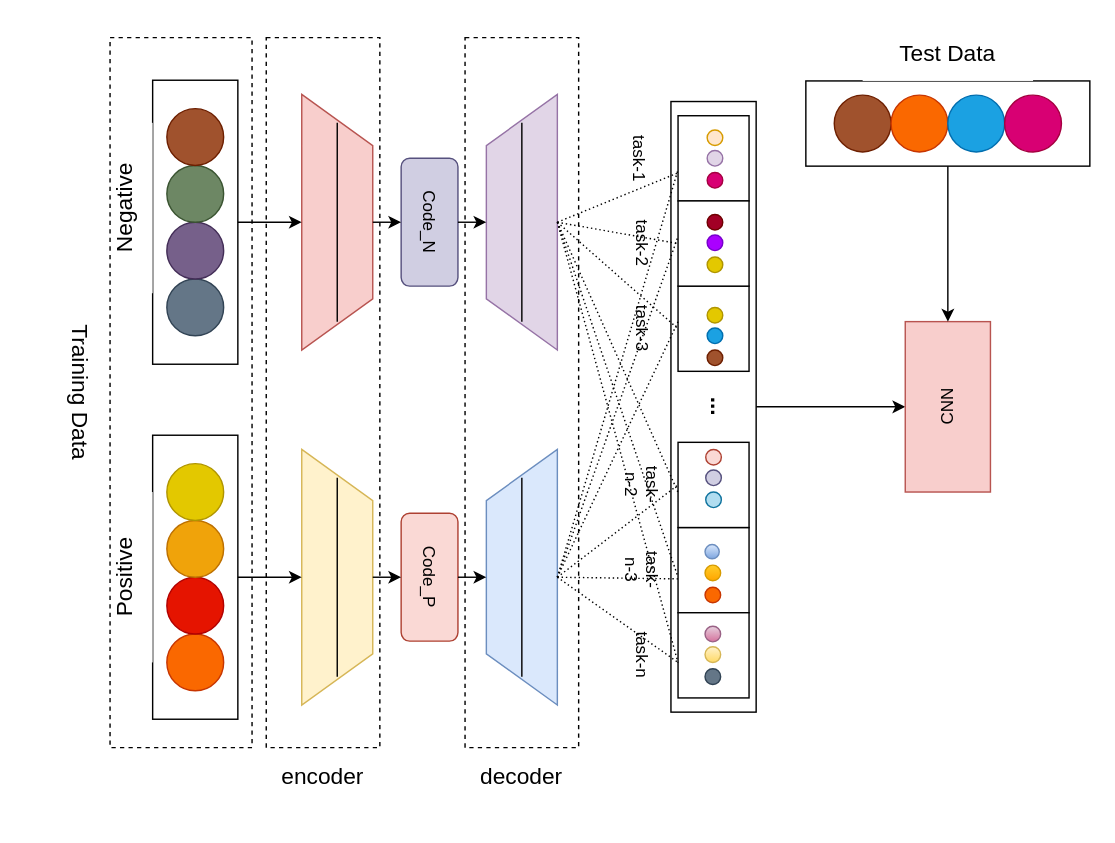
Above: page "Page-1" (1 of 3) of Seizure/Table$Image/VMAML-Framework.drawio in chenjin/Paper (draw.io), before the change. Source tidied: cells renumbered, new cells numbered last; positions are measured from the earlier drawing's top-left corner, leaving out a move shared by most shapes. Both pictures are drawn from the tidied source at 142%, with x=0, y=0 at pixel (-4, 23).
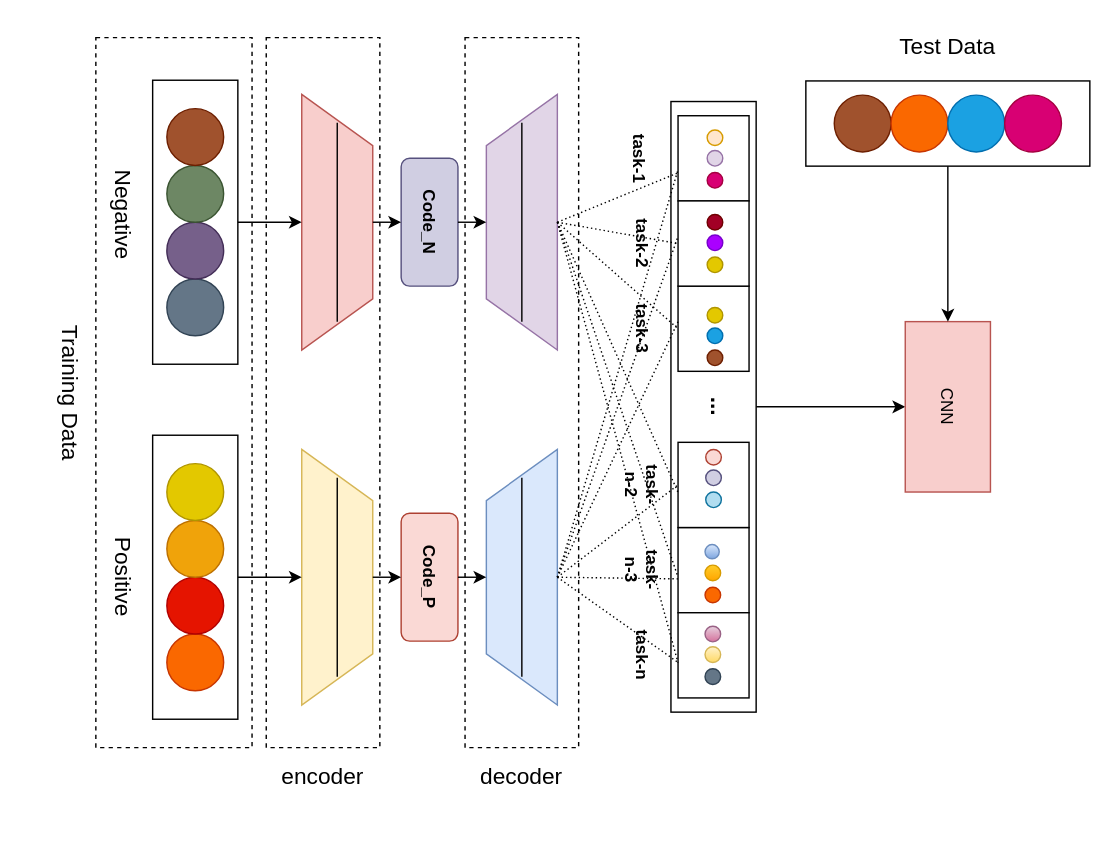
After the change.

The change refers to these unchanged cells:
```xml
<mxCell id="3" style="group;dashed=1;" parent="2" vertex="1">
  <mxGeometry width="750" height="460" as="geometry" />
</mxCell>
<mxCell id="9" style="group;rotation=-90;" parent="3" vertex="1">
  <mxGeometry y="270" width="200" height="100" as="geometry" />
</mxCell>
<mxCell id="17" style="group;rotation=-90;" parent="3" vertex="1">
  <mxGeometry y="20" width="200" height="100" as="geometry" />
</mxCell>
<mxCell id="26" style="group;rotation=-90;" parent="25" vertex="1">
  <mxGeometry width="180" height="415" as="geometry" />
</mxCell>
<mxCell id="39" style="group;" parent="3" vertex="1">
  <mxGeometry x="270" width="480" height="400" as="geometry" />
</mxCell>
<mxCell id="41" style="rounded=0;whiteSpace=wrap;html=1;rotation=90;" parent="39" vertex="1">
  <mxGeometry y="170" width="430" height="60" as="geometry" />
</mxCell>
<mxCell id="81" style="group;rotation=0;" parent="80" vertex="1">
  <mxGeometry width="200" height="100" as="geometry" />
</mxCell>
<mxCell id="83" style="rounded=0;whiteSpace=wrap;html=1;rotation=0;" parent="82" vertex="1">
  <mxGeometry width="200" height="60" as="geometry" />
</mxCell>
```

Change to the diagram source:
```diff
@@
-    <mxCell id="4" value="Code_N" style="rounded=1;whiteSpace=wrap;html=1;rotation=90;fillColor=#d0cee2;strokeColor=#56517e;" parent="3" vertex="1">
+    <mxCell id="4" value="&lt;b&gt;Code_N&lt;/b&gt;" style="rounded=1;whiteSpace=wrap;html=1;rotation=90;fillColor=#d0cee2;strokeColor=#56517e;" parent="3" vertex="1">
       <mxGeometry x="240" y="50" width="90" height="40" as="geometry" />
     </mxCell>
-    <mxCell id="5" value="Code_P" style="rounded=1;whiteSpace=wrap;html=1;rotation=90;fillColor=#fad9d5;strokeColor=#ae4132;" parent="3" vertex="1">
+    <mxCell id="5" value="&lt;b&gt;Code_P&lt;/b&gt;" style="rounded=1;whiteSpace=wrap;html=1;rotation=90;fillColor=#fad9d5;strokeColor=#ae4132;" parent="3" vertex="1">
       <mxGeometry x="240" y="300" width="90" height="40" as="geometry" />
     </mxCell>
@@
-    <mxCell id="16" value="&lt;font style=&quot;font-size: 16px&quot;&gt;Positive&lt;/font&gt;" style="rounded=0;whiteSpace=wrap;html=1;strokeColor=none;rotation=-90;" parent="9" vertex="1">
-      <mxGeometry x="10" y="30" width="120" height="40" as="geometry" />
-    </mxCell>
@@
-    <mxCell id="24" value="&lt;font style=&quot;font-size: 16px&quot;&gt;Negative&lt;/font&gt;" style="rounded=0;whiteSpace=wrap;html=1;strokeColor=none;rotation=-90;" parent="17" vertex="1">
-      <mxGeometry x="10" y="20" width="120" height="40" as="geometry" />
+    <mxCell id="24" value="&lt;font style=&quot;font-size: 16px&quot;&gt;Negative&lt;/font&gt;" style="rounded=0;whiteSpace=wrap;html=1;strokeColor=none;rotation=90;" parent="17" vertex="1">
+      <mxGeometry x="10" y="30" width="120" height="30" as="geometry" />
     </mxCell>
@@
+    <mxCell id="16" value="&lt;font style=&quot;font-size: 16px&quot;&gt;Positive&lt;/font&gt;" style="rounded=0;whiteSpace=wrap;html=1;strokeColor=none;rotation=90;" parent="26" vertex="1">
+      <mxGeometry x="-120" y="260" width="120" height="30" as="geometry" />
+    </mxCell>
@@
-    <mxCell id="40" style="edgeStyle=orthogonalEdgeStyle;rounded=0;jettySize=auto;html=1;exitX=0.5;exitY=0;exitDx=0;exitDy=0;entryX=0.5;entryY=0;entryDx=0;entryDy=0;" parent="39" edge="1" source="41" target="79">
+    <mxCell id="40" style="edgeStyle=orthogonalEdgeStyle;rounded=0;jettySize=auto;html=1;exitX=0.5;exitY=0;exitDx=0;exitDy=0;entryX=0.5;entryY=1;entryDx=0;entryDy=0;" parent="39" edge="1" source="41" target="79">
       <mxGeometry relative="1" as="geometry" />
     </mxCell>
@@
-    <mxCell id="49" value="task-1" style="rounded=0;whiteSpace=wrap;html=1;strokeColor=none;rotation=90;" parent="39" vertex="1">
+    <mxCell id="49" value="&lt;b&gt;task-1&lt;/b&gt;" style="rounded=0;whiteSpace=wrap;html=1;strokeColor=none;rotation=90;strokeWidth=3;" parent="39" vertex="1">
       <mxGeometry x="143" y="18" width="40" height="15" as="geometry" />
     </mxCell>
-    <mxCell id="50" value="task-2" style="rounded=0;whiteSpace=wrap;html=1;strokeColor=none;rotation=90;" parent="39" vertex="1">
+    <mxCell id="50" value="&lt;b&gt;task-2&lt;/b&gt;" style="rounded=0;whiteSpace=wrap;html=1;strokeColor=none;rotation=90;" parent="39" vertex="1">
       <mxGeometry x="145" y="75" width="40" height="20" as="geometry" />
     </mxCell>
-    <mxCell id="51" value="task-&lt;br&gt;n-2" style="rounded=0;whiteSpace=wrap;html=1;strokeColor=none;rotation=90;" parent="39" vertex="1">
+    <mxCell id="51" value="&lt;b&gt;task-&lt;br&gt;n-2&lt;/b&gt;" style="rounded=0;whiteSpace=wrap;html=1;strokeColor=none;rotation=90;" parent="39" vertex="1">
       <mxGeometry x="145" y="245" width="40" height="20" as="geometry" />
     </mxCell>
-    <mxCell id="52" value="task-&lt;br&gt;n-3" style="rounded=0;whiteSpace=wrap;html=1;strokeColor=none;rotation=90;" parent="39" vertex="1">
+    <mxCell id="52" value="&lt;b&gt;task-&lt;br&gt;n-3&lt;/b&gt;" style="rounded=0;whiteSpace=wrap;html=1;strokeColor=none;rotation=90;" parent="39" vertex="1">
       <mxGeometry x="145" y="305" width="40" height="20" as="geometry" />
     </mxCell>
-    <mxCell id="53" value="task-n" style="rounded=0;whiteSpace=wrap;html=1;strokeColor=none;rotation=90;" parent="39" vertex="1">
+    <mxCell id="53" value="&lt;b&gt;task-n&lt;/b&gt;" style="rounded=0;whiteSpace=wrap;html=1;strokeColor=none;rotation=90;" parent="39" vertex="1">
       <mxGeometry x="145" y="365" width="40" height="20" as="geometry" />
     </mxCell>
-    <mxCell id="54" value="task-3" style="rounded=0;whiteSpace=wrap;html=1;strokeColor=none;rotation=90;" parent="39" vertex="1">
+    <mxCell id="54" value="&lt;b&gt;task-3&lt;/b&gt;" style="rounded=0;whiteSpace=wrap;html=1;strokeColor=none;rotation=90;" parent="39" vertex="1">
       <mxGeometry x="145" y="135" width="40" height="20" as="geometry" />
     </mxCell>
@@
-    <mxCell id="79" value="CNN" style="rounded=0;whiteSpace=wrap;html=1;rotation=-90;fillColor=#f8cecc;strokeColor=#b85450;" parent="39" vertex="1">
+    <mxCell id="79" value="CNN" style="rounded=0;whiteSpace=wrap;html=1;rotation=90;fillColor=#f8cecc;strokeColor=#b85450;" parent="39" vertex="1">
       <mxGeometry x="320" y="170" width="120" height="60" as="geometry" />
     </mxCell>
@@
     <mxCell id="88" value="&lt;font style=&quot;font-size: 16px&quot;&gt;Test Data&lt;/font&gt;" style="rounded=0;whiteSpace=wrap;html=1;strokeColor=none;rotation=0;" parent="81" vertex="1">
-      <mxGeometry x="40" width="120" height="40" as="geometry" />
+      <mxGeometry x="40" width="120" height="30" as="geometry" />
     </mxCell>
-    <mxCell id="89" style="edgeStyle=orthogonalEdgeStyle;rounded=0;jettySize=auto;html=1;exitX=0.5;exitY=1;exitDx=0;exitDy=0;entryX=1;entryY=0.5;entryDx=0;entryDy=0;" parent="39" edge="1" source="83" target="79">
+    <mxCell id="89" style="edgeStyle=orthogonalEdgeStyle;rounded=0;jettySize=auto;html=1;exitX=0.5;exitY=1;exitDx=0;exitDy=0;entryX=0;entryY=0.5;entryDx=0;entryDy=0;" parent="39" edge="1" source="83" target="79">
       <mxGeometry relative="1" as="geometry" />
     </mxCell>
@@
+    <mxCell id="108" value="&lt;font style=&quot;font-size: 16px&quot;&gt;Training Data&lt;/font&gt;" style="rounded=0;whiteSpace=wrap;html=1;dashed=1;fillColor=none;rotation=90;strokeColor=none;" parent="3" vertex="1">
+      <mxGeometry x="-27" y="168" width="120" height="45" as="geometry" />
+    </mxCell>
     <mxCell id="107" style="rounded=0;whiteSpace=wrap;html=1;dashed=1;fillColor=none;" parent="3" vertex="1">
-      <mxGeometry x="60" y="-60" width="100" height="500" as="geometry" />
+      <mxGeometry x="50" y="-60" width="110" height="500" as="geometry" />
     </mxCell>
-    <mxCell id="108" value="&lt;font style=&quot;font-size: 16px&quot;&gt;Training Data&lt;/font&gt;" style="rounded=0;whiteSpace=wrap;html=1;dashed=1;fillColor=none;rotation=90;strokeColor=none;" parent="3" vertex="1">
-      <mxGeometry x="-20" y="160" width="120" height="60" as="geometry" />
-    </mxCell>
```
